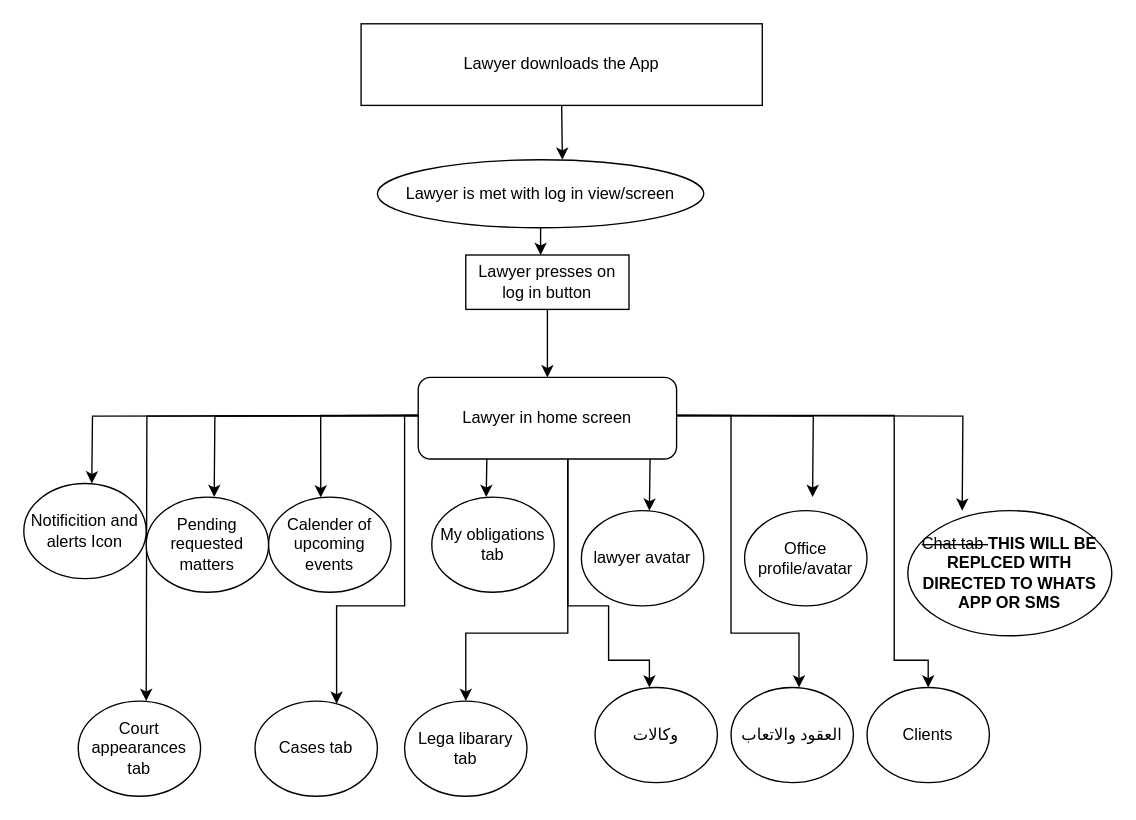
The draw.io diagram page "BigPicture" (1 of 12) of LawyerApp.drawio in tariq7299/LawyerPrep, before the edit. Source tidied: cells renumbered, new cells numbered last; positions are measured from the earlier drawing's top-left corner, leaving out a move shared by most shapes. Both pictures are drawn from the tidied source at 136%, with x=0, y=0 at pixel (23, 23).
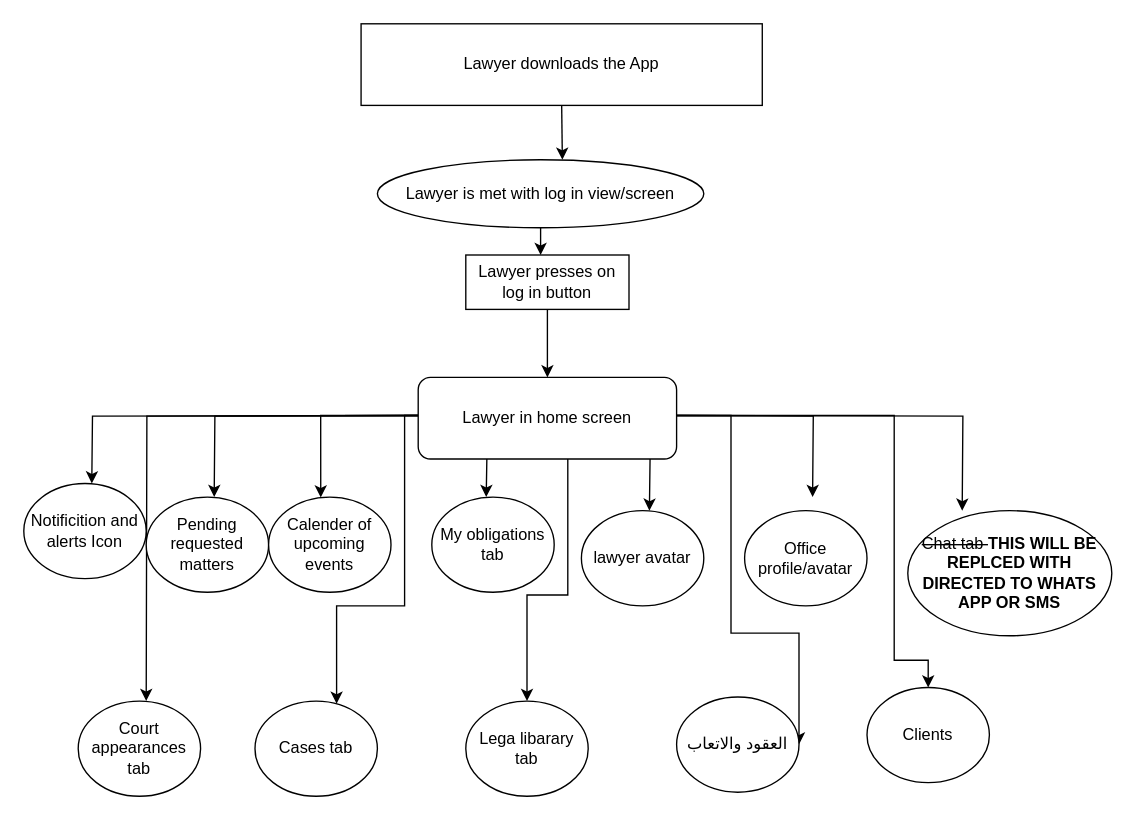
The same page after the edit.

The change refers to these unchanged cells:
```xml
<mxCell id="19" value="Lawyer in home screen" style="rounded=1;whiteSpace=wrap;html=1;" parent="1" vertex="1">
  <mxGeometry x="290" y="260" width="190" height="60" as="geometry" />
</mxCell>
```

What changed in the source:
```diff
@@
-    <mxCell id="15" style="edgeStyle=orthogonalEdgeStyle;rounded=0;jettySize=auto;html=1;entryX=0.5;entryY=0;entryDx=0;entryDy=0;" parent="1" edge="1" target="29">
-      <mxGeometry relative="1" as="geometry">
-        <mxPoint x="400" y="318" as="sourcePoint" />
-        <Array as="points">
-          <mxPoint x="400" y="448" />
-          <mxPoint x="325" y="448" />
-        </Array>
-      </mxGeometry>
-    </mxCell>
-    <mxCell id="16" style="edgeStyle=orthogonalEdgeStyle;rounded=0;orthogonalLoop=1;jettySize=auto;html=1;" parent="1" edge="1">
-      <mxGeometry relative="1" as="geometry">
-        <mxPoint x="400" y="318" as="sourcePoint" />
-        <mxPoint x="460" y="488" as="targetPoint" />
-        <Array as="points">
-          <mxPoint x="400" y="428" />
-          <mxPoint x="430" y="428" />
-          <mxPoint x="430" y="468" />
-          <mxPoint x="460" y="468" />
-        </Array>
-      </mxGeometry>
-    </mxCell>
-    <mxCell id="17" style="edgeStyle=orthogonalEdgeStyle;rounded=0;orthogonalLoop=1;jettySize=auto;html=1;" parent="1" edge="1">
+    <mxCell id="17" style="edgeStyle=orthogonalEdgeStyle;rounded=0;jettySize=auto;html=1;" parent="1" edge="1" target="31">
       <mxGeometry relative="1" as="geometry">
         <mxPoint x="480" y="288" as="sourcePoint" />
-        <mxPoint x="570" y="488" as="targetPoint" />
         <Array as="points">
           <mxPoint x="520" y="288" />
           <mxPoint x="520" y="448" />
           <mxPoint x="570" y="448" />
         </Array>
       </mxGeometry>
     </mxCell>
@@
+    <mxCell id="35" style="edgeStyle=orthogonalEdgeStyle;rounded=0;jettySize=auto;html=1;" parent="1" edge="1" source="19" target="29">
+      <mxGeometry relative="1" as="geometry">
+        <Array as="points">
+          <mxPoint x="400" y="420" />
+          <mxPoint x="370" y="420" />
+        </Array>
+      </mxGeometry>
+    </mxCell>
@@
     <mxCell id="29" value="Lega libarary tab" style="ellipse;whiteSpace=wrap;html=1;" parent="1" vertex="1">
-      <mxGeometry x="280" y="498" width="90" height="70" as="geometry" />
+      <mxGeometry x="325" y="498" width="90" height="70" as="geometry" />
     </mxCell>
-    <mxCell id="30" value="وكالات" style="ellipse;whiteSpace=wrap;html=1;" parent="1" vertex="1">
-      <mxGeometry x="420" y="488" width="90" height="70" as="geometry" />
-    </mxCell>
     <mxCell id="31" value="العقود والاتعاب" style="ellipse;whiteSpace=wrap;html=1;" parent="1" vertex="1">
-      <mxGeometry x="520" y="488" width="90" height="70" as="geometry" />
+      <mxGeometry x="480" y="495" width="90" height="70" as="geometry" />
     </mxCell>
```
